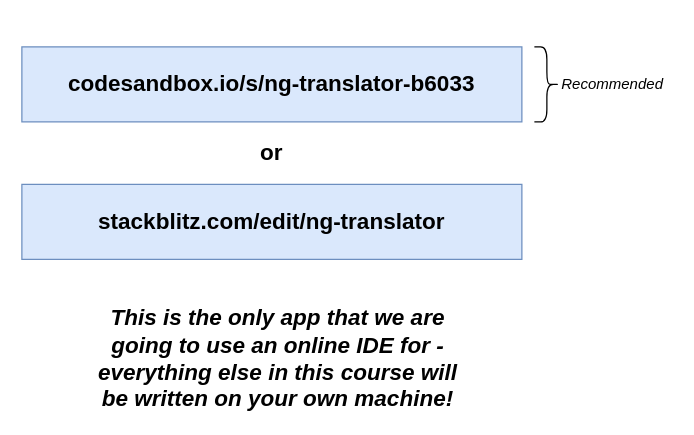
StephenGrider/ng-casts keeps this draw.io diagram as page "07 - notes" (7 of 7) of diagrams/cards/cards.drawio. Above is the earlier version. Source tidied: cells renumbered, new cells numbered last; positions are measured from the earlier drawing's top-left corner, leaving out a move shared by most shapes. Both pictures are drawn from the tidied source at 125%, with x=0, y=0 at pixel (21, 46).
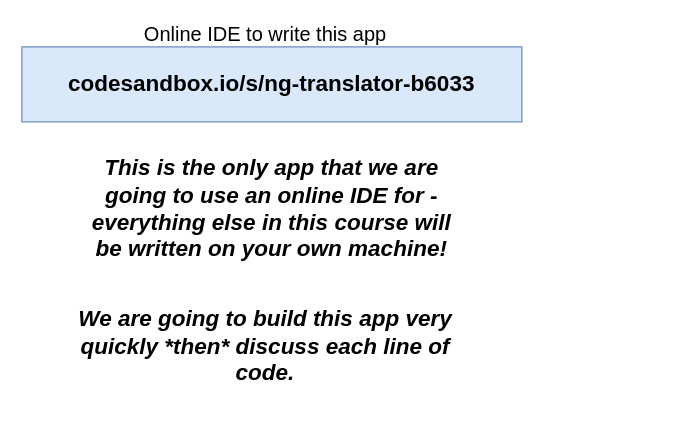
The same page after the edit.

What changed in the source:
```diff
@@
 <mxGraphModel>
   <root>
     <mxCell id="0" />
     <mxCell id="1" parent="0" />
     <mxCell id="2" value="codesandbox.io/s/ng-translator-b6033" style="rounded=0;whiteSpace=wrap;html=1;fontSize=18;align=center;fontStyle=1;fillColor=#dae8fc;strokeColor=#6c8ebf;" parent="1" vertex="1">
       <mxGeometry width="400" height="60" as="geometry" />
     </mxCell>
-    <mxCell id="3" value="stackblitz.com/edit/ng-translator" style="rounded=0;whiteSpace=wrap;html=1;fontSize=18;align=center;fontStyle=1;fillColor=#dae8fc;strokeColor=#6c8ebf;" parent="1" vertex="1">
-      <mxGeometry y="110" width="400" height="60" as="geometry" />
-    </mxCell>
-    <mxCell id="4" value="or" style="text;html=1;strokeColor=none;fillColor=none;align=center;verticalAlign=middle;whiteSpace=wrap;rounded=0;fontSize=18;fontStyle=1;" parent="1" vertex="1">
-      <mxGeometry x="180" y="75" width="40" height="20" as="geometry" />
-    </mxCell>
     <mxCell id="5" value="This is the only app that we are going to use an online IDE for - everything else in this course will be written on your own machine!" style="text;html=1;strokeColor=none;fillColor=none;align=center;verticalAlign=middle;whiteSpace=wrap;rounded=0;fontSize=18;fontStyle=3;" parent="1" vertex="1">
-      <mxGeometry x="50" y="220" width="310" height="60" as="geometry" />
+      <mxGeometry x="45" y="100" width="310" height="60" as="geometry" />
     </mxCell>
-    <mxCell id="6" value="&lt;i style=&quot;font-size: 12px;&quot;&gt;Recommended&lt;/i&gt;" style="text;html=1;strokeColor=none;fillColor=none;align=left;verticalAlign=middle;whiteSpace=wrap;rounded=0;fontSize=12;" parent="1" vertex="1">
-      <mxGeometry x="430" y="20" width="90" height="20" as="geometry" />
-    </mxCell>
-    <mxCell id="7" style="shape=curlyBracket;whiteSpace=wrap;html=1;rounded=1;fontSize=18;align=center;rotation=-180;" parent="1" vertex="1">
-      <mxGeometry x="410" width="20" height="60" as="geometry" />
-    </mxCell>
+    <mxCell id="8" value="We are going to build this app very quickly *then* discuss each line of code." style="text;html=1;strokeColor=none;fillColor=none;align=center;verticalAlign=middle;whiteSpace=wrap;rounded=0;fontSize=18;fontStyle=3;" parent="1" vertex="1">
+      <mxGeometry x="40" y="210" width="310" height="60" as="geometry" />
+    </mxCell>
+    <mxCell id="9" value="Online IDE to write this app" style="text;html=1;strokeColor=none;fillColor=none;align=center;verticalAlign=middle;whiteSpace=wrap;rounded=0;fontSize=16;fontStyle=0;" parent="1" vertex="1">
+      <mxGeometry x="40" y="-20" width="310" height="20" as="geometry" />
+    </mxCell>
   </root>
 </mxGraphModel>
```
